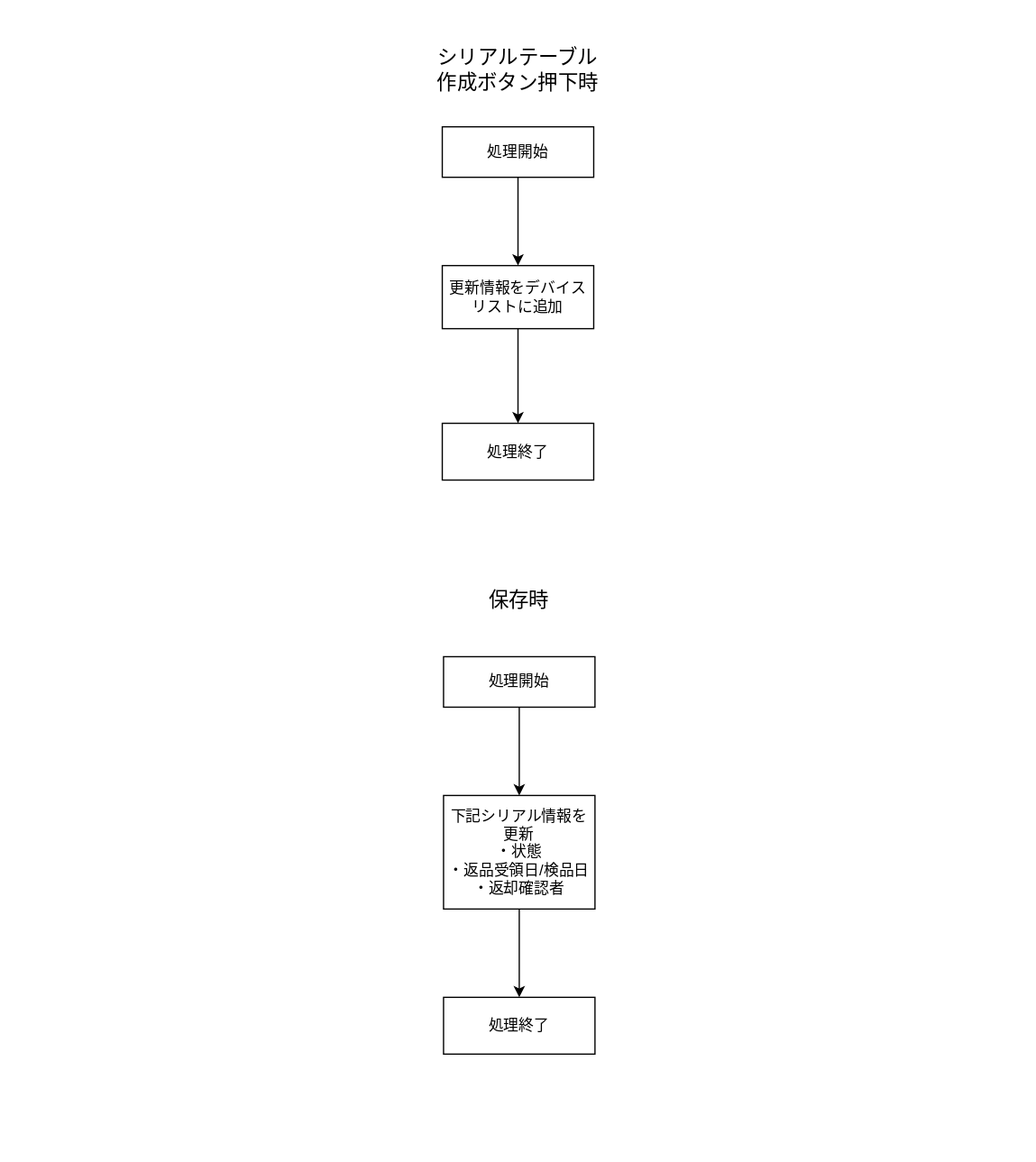
This is docs/images/return.drawio.svg from kintone-dev/kintone_mng-prod, a draw.io export, as it was before one commit. Source tidied: cells renumbered, new cells last; positions are measured from the earlier drawing's top-left corner, leaving out a move shared by most shapes.
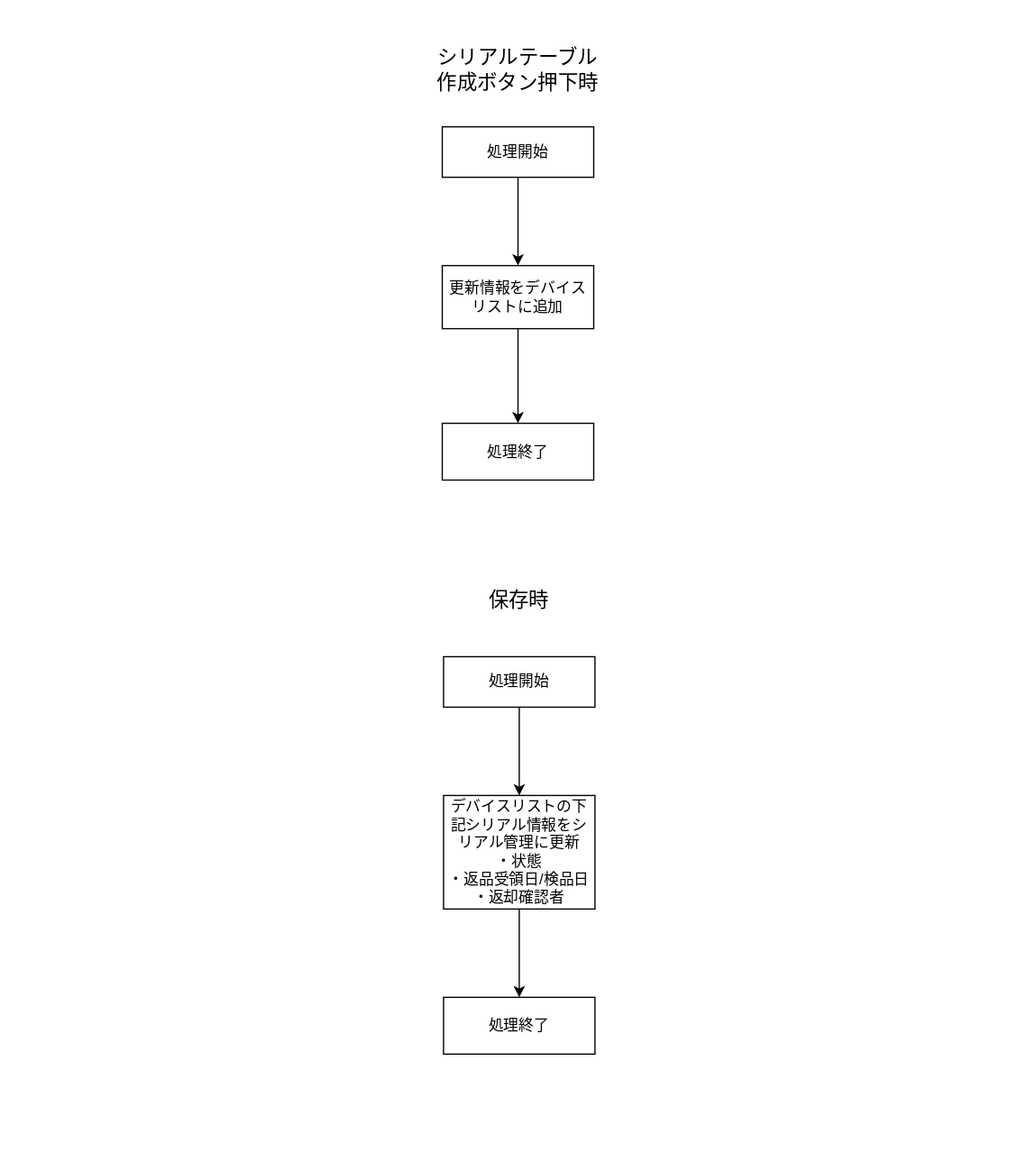
Later version of the same file.

What changed in the source:
```diff
@@ -18,7 +18,7 @@
     <mxCell id="7" style="edgeStyle=none;html=1;" parent="3" edge="1" source="8" target="9">
       <mxGeometry relative="1" as="geometry" />
     </mxCell>
-    <mxCell id="8" value="下記シリアル情報を更新&lt;br&gt;・状態&lt;br&gt;・返品受領日/検品日&lt;br&gt;・返却確認者" style="whiteSpace=wrap;html=1;fillColor=rgb(255, 255, 255);strokeColor=rgb(0, 0, 0);fontColor=rgb(0, 0, 0);rounded=0;" parent="3" vertex="1">
+    <mxCell id="8" value="デバイスリストの下記シリアル情報をシリアル管理に更新&lt;br&gt;・状態&lt;br&gt;・返品受領日/検品日&lt;br&gt;・返却確認者" style="whiteSpace=wrap;html=1;fillColor=rgb(255, 255, 255);strokeColor=rgb(0, 0, 0);fontColor=rgb(0, 0, 0);rounded=0;" parent="3" vertex="1">
       <mxGeometry x="351" y="630" width="120" height="90" as="geometry" />
     </mxCell>
     <mxCell id="9" value="処理終了" style="whiteSpace=wrap;html=1;fillColor=rgb(255, 255, 255);strokeColor=rgb(0, 0, 0);fontColor=rgb(0, 0, 0);rounded=0;" parent="3" vertex="1">
```
